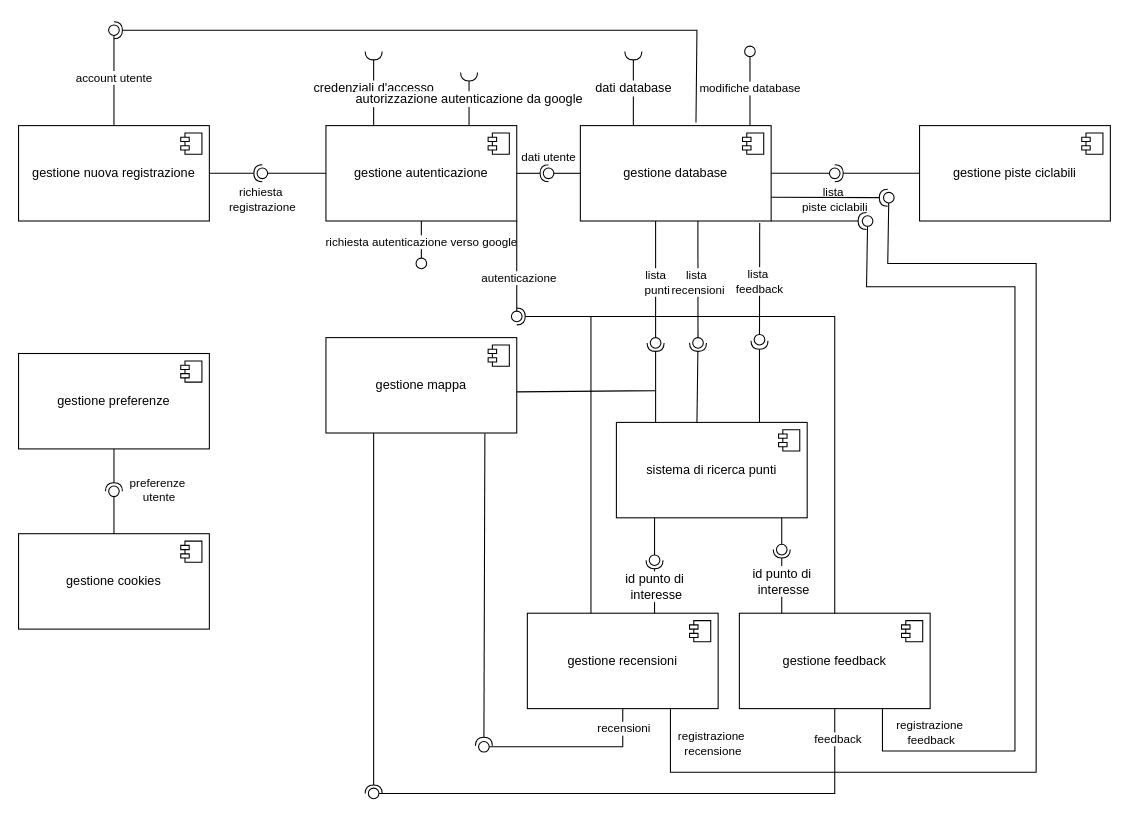
Before: componenti.drawio in riccardoFinelloUniTn/BikeInfo, a draw.io diagram. Source tidied: cells renumbered, new cells numbered last; positions are measured from the earlier drawing's top-left corner, leaving out a move shared by most shapes. Both pictures are drawn from the tidied source at 106%, with x=0, y=0 at pixel (18, 30).
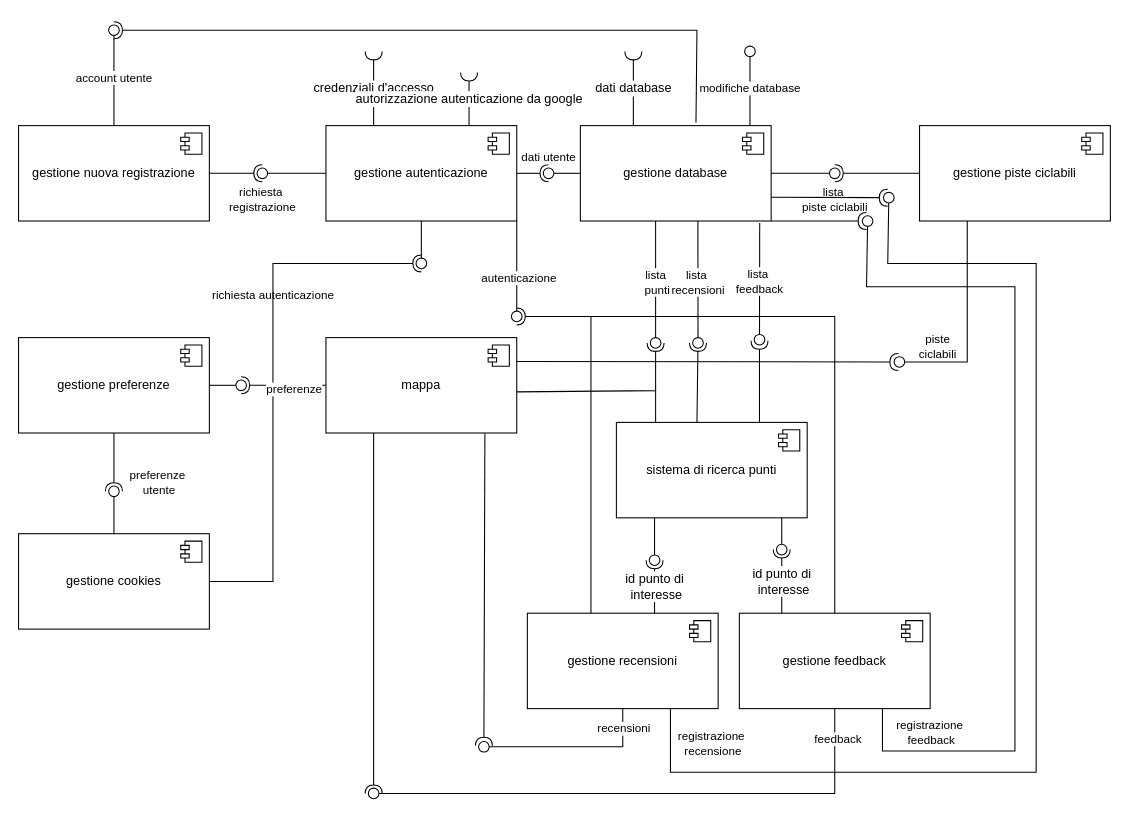
Above is the later version.

Commit message:
aggiunta precisione nei collegamenti

Unchanged cells that the change refers to:
```xml
<mxCell id="6" value="gestione autenticazione" style="html=1;whiteSpace=wrap;" parent="1" vertex="1">
  <mxGeometry x="290" y="90" width="180" height="90" as="geometry" />
</mxCell>
<mxCell id="35" value="gestione piste ciclabili" style="html=1;whiteSpace=wrap;" parent="1" vertex="1">
  <mxGeometry x="850" y="90" width="180" height="90" as="geometry" />
</mxCell>
<mxCell id="44" value="gestione cookies" style="html=1;whiteSpace=wrap;" parent="1" vertex="1">
  <mxGeometry y="475" width="180" height="90" as="geometry" />
</mxCell>
```

What changed in the source:
```diff
@@
     <mxCell id="10" value="gestione preferenze" style="html=1;whiteSpace=wrap;" parent="1" vertex="1">
-      <mxGeometry y="305" width="180" height="90" as="geometry" />
+      <mxGeometry y="290" width="180" height="90" as="geometry" />
     </mxCell>
@@
-    <mxCell id="13" value="richiesta autenticazione verso google" style="rounded=0;jettySize=auto;html=1;endArrow=oval;endFill=0;sketch=0;sourcePerimeterSpacing=0;targetPerimeterSpacing=0;endSize=10;exitX=0.5;exitY=1;exitDx=0;exitDy=0;" parent="1" edge="1" source="6">
-      <mxGeometry relative="1" as="geometry">
+    <mxCell id="13" value="richiesta autenticazione" style="rounded=0;jettySize=auto;html=1;endArrow=oval;endFill=0;sketch=0;sourcePerimeterSpacing=0;targetPerimeterSpacing=0;endSize=10;exitX=0.5;exitY=1;exitDx=0;exitDy=0;" parent="1" edge="1" source="6">
+      <mxGeometry x="1" y="-143" relative="1" as="geometry">
         <mxPoint x="380" y="220" as="targetPoint" />
+        <mxPoint x="3" y="30" as="offset" />
       </mxGeometry>
     </mxCell>
@@
-    <mxCell id="57" value="gestione mappa" style="html=1;whiteSpace=wrap;" parent="1" vertex="1">
+    <mxCell id="57" value="mappa" style="html=1;whiteSpace=wrap;" parent="1" vertex="1">
       <mxGeometry x="290" y="290" width="180" height="90" as="geometry" />
     </mxCell>
@@
+    <mxCell id="73" value="&lt;div&gt;piste&lt;/div&gt;&lt;div&gt;ciclabili&lt;/div&gt;" style="edgeLabel;html=1;align=center;verticalAlign=middle;" parent="1" vertex="1">
+      <mxGeometry x="870" y="295" as="geometry">
+        <mxPoint x="-4" y="3" as="offset" />
+      </mxGeometry>
+    </mxCell>
+    <mxCell id="74" style="rounded=0;jettySize=auto;html=1;endArrow=halfCircle;endFill=0;endSize=6;strokeWidth=1;sketch=0;exitX=1;exitY=0.25;exitDx=0;exitDy=0;" parent="1" edge="1" source="57">
+      <mxGeometry relative="1" as="geometry">
+        <mxPoint x="830" y="313" as="targetPoint" />
+      </mxGeometry>
+    </mxCell>
+    <mxCell id="75" style="rounded=0;jettySize=auto;html=1;endArrow=oval;endFill=0;sketch=0;sourcePerimeterSpacing=0;targetPerimeterSpacing=0;endSize=10;exitX=0.25;exitY=1;exitDx=0;exitDy=0;" parent="1" edge="1" source="35">
+      <mxGeometry relative="1" as="geometry">
+        <mxPoint x="831" y="313" as="targetPoint" />
+        <Array as="points">
+          <mxPoint x="895" y="313" />
+        </Array>
+      </mxGeometry>
+    </mxCell>
+    <mxCell id="76" style="ellipse;whiteSpace=wrap;html=1;align=center;fillColor=none;strokeColor=none;perimeter=centerPerimeter;" parent="1" vertex="1">
+      <mxGeometry x="835" y="345" width="10" height="10" as="geometry" />
+    </mxCell>
+    <mxCell id="77" style="rounded=0;jettySize=auto;html=1;endArrow=halfCircle;endFill=0;endSize=6;strokeWidth=1;sketch=0;exitX=1;exitY=0.5;exitDx=0;exitDy=0;" parent="1" edge="1" source="44">
+      <mxGeometry relative="1" as="geometry">
+        <mxPoint x="380" y="220" as="targetPoint" />
+        <Array as="points">
+          <mxPoint x="240" y="520" />
+          <mxPoint x="240" y="220" />
+        </Array>
+      </mxGeometry>
+    </mxCell>
+    <mxCell id="78" style="rounded=0;jettySize=auto;html=1;endArrow=halfCircle;endFill=0;endSize=6;strokeWidth=1;sketch=0;exitX=0;exitY=0.5;exitDx=0;exitDy=0;" parent="1" edge="1" source="57" target="81">
+      <mxGeometry relative="1" as="geometry" />
+    </mxCell>
+    <mxCell id="79" value="preferenze" style="edgeLabel;html=1;align=center;verticalAlign=middle;" parent="78" vertex="1">
+      <mxGeometry x="-0.23" y="3" relative="1" as="geometry" />
+    </mxCell>
+    <mxCell id="80" style="rounded=0;jettySize=auto;html=1;endArrow=oval;endFill=0;sketch=0;sourcePerimeterSpacing=0;targetPerimeterSpacing=0;endSize=10;exitX=1;exitY=0.5;exitDx=0;exitDy=0;" parent="1" edge="1" source="10" target="81">
+      <mxGeometry relative="1" as="geometry" />
+    </mxCell>
+    <mxCell id="81" style="ellipse;whiteSpace=wrap;html=1;align=center;fillColor=none;strokeColor=none;perimeter=centerPerimeter;points=[];outlineConnect=1;" parent="1" vertex="1">
+      <mxGeometry x="205" y="330" width="10" height="10" as="geometry" />
+    </mxCell>
```
